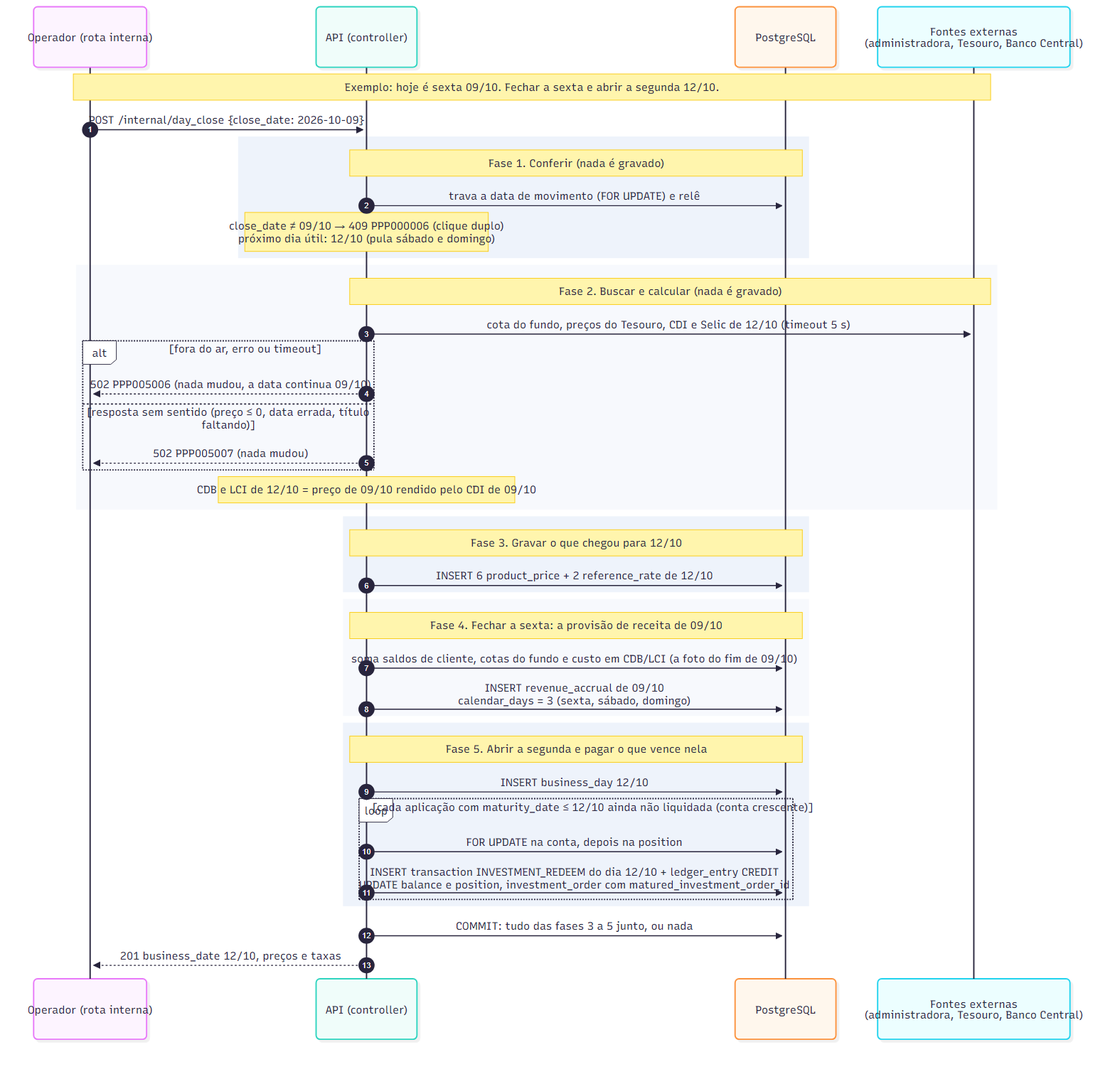
Earlier version of the Mermaid export docs/diagramas/fechamento-do-dia.png (heluylucas/bootcamp-qi-tech-presidas-). Its source is kept beside it as docs/diagramas/fechamento-do-dia.mmd.
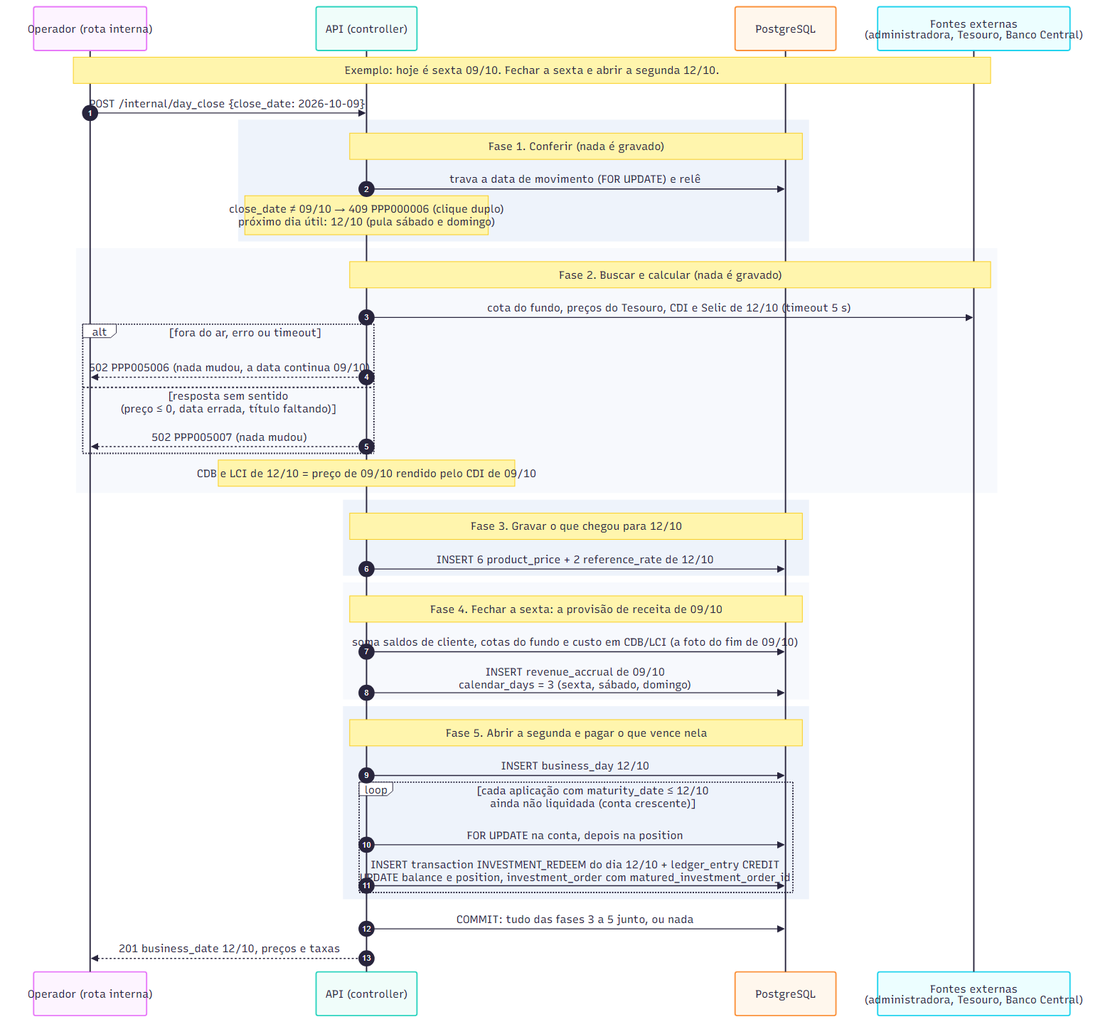
Above is the later version.

Change to the diagram source:
```diff
@@ -1,3 +1,7 @@
+---
+config:
+  look: classic
+---
 sequenceDiagram
     autonumber
     participant O as Operador (rota interna)
@@ -19,7 +23,7 @@
         API->>Fora: cota do fundo, preços do Tesouro, CDI e Selic de 12/10 (timeout 5 s)
         alt fora do ar, erro ou timeout
             API-->>O: 502 PPP005006 (nada mudou, a data continua 09/10)
-        else resposta sem sentido (preço ≤ 0, data errada, título faltando)
+        else resposta sem sentido<br/>(preço ≤ 0, data errada, título faltando)
             API-->>O: 502 PPP005007 (nada mudou)
         end
         Note over API: CDB e LCI de 12/10 = preço de 09/10 rendido pelo CDI de 09/10
@@ -39,7 +43,7 @@
     rect rgb(238, 243, 251)
         Note over API,DB: Fase 5. Abrir a segunda e pagar o que vence nela
         API->>DB: INSERT business_day 12/10
-        loop cada aplicação com maturity_date ≤ 12/10 ainda não liquidada (conta crescente)
+        loop cada aplicação com maturity_date ≤ 12/10<br/>ainda não liquidada (conta crescente)
             API->>DB: FOR UPDATE na conta, depois na position
             API->>DB: INSERT transaction INVESTMENT_REDEEM do dia 12/10 + ledger_entry CREDIT<br/>UPDATE balance e position, investment_order com matured_investment_order_id
         end
```
